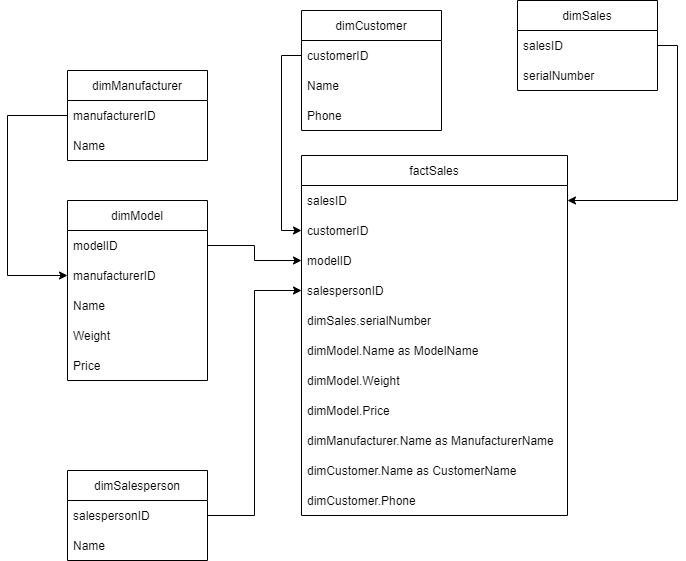
The draw.io diagram Task_2Diagram.png in DrPBT/DSAID-Data-Engineering-Technical-Test, before a commit. Source tidied: cells renumbered, new cells last; positions are measured from the earlier drawing's top-left corner, leaving out a move shared by most shapes.
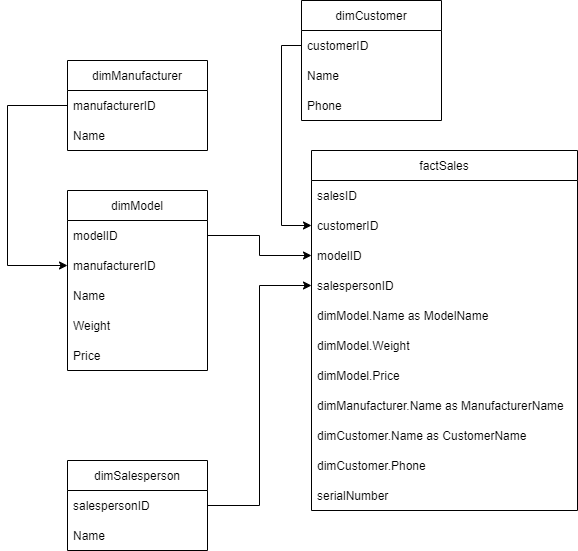
After the commit.

Diff of the diagram source:
```diff
@@ -12,7 +12,7 @@
       <mxGeometry y="60" width="140" height="30" as="geometry" />
     </mxCell>
     <mxCell id="5" value="factSales" style="swimlane;fontStyle=0;horizontal=1;startSize=30;" parent="1" vertex="1">
-      <mxGeometry x="294" y="155" width="266" height="360" as="geometry" />
+      <mxGeometry x="304" y="160" width="266" height="360" as="geometry" />
     </mxCell>
     <mxCell id="6" value="salesID" style="text;strokeColor=none;fillColor=none;align=left;verticalAlign=middle;spacingLeft=4;spacingRight=4;overflow=hidden;points=[[0,0.5],[1,0.5]];portConstraint=eastwest;" parent="5" vertex="1">
       <mxGeometry y="30" width="266" height="30" as="geometry" />
@@ -26,27 +26,27 @@
     <mxCell id="9" value="salespersonID" style="text;strokeColor=none;fillColor=none;align=left;verticalAlign=middle;spacingLeft=4;spacingRight=4;overflow=hidden;points=[[0,0.5],[1,0.5]];portConstraint=eastwest;" parent="5" vertex="1">
       <mxGeometry y="120" width="266" height="30" as="geometry" />
     </mxCell>
-    <mxCell id="10" value="dimSales.serialNumber" style="text;strokeColor=none;fillColor=none;align=left;verticalAlign=middle;spacingLeft=4;spacingRight=4;overflow=hidden;" parent="5" vertex="1">
-      <mxGeometry y="150" width="266" height="30" as="geometry" />
-    </mxCell>
     <mxCell id="11" value="dimModel.Name as ModelName" style="text;strokeColor=none;fillColor=none;align=left;verticalAlign=middle;spacingLeft=4;spacingRight=4;overflow=hidden;" parent="5" vertex="1">
-      <mxGeometry y="180" width="266" height="30" as="geometry" />
+      <mxGeometry y="150" width="266" height="30" as="geometry" />
     </mxCell>
     <mxCell id="12" value="dimModel.Weight" style="text;strokeColor=none;fillColor=none;align=left;verticalAlign=middle;spacingLeft=4;spacingRight=4;overflow=hidden;" parent="5" vertex="1">
-      <mxGeometry y="210" width="266" height="30" as="geometry" />
+      <mxGeometry y="180" width="266" height="30" as="geometry" />
     </mxCell>
     <mxCell id="13" value="dimModel.Price" style="text;strokeColor=none;fillColor=none;align=left;verticalAlign=middle;spacingLeft=4;spacingRight=4;overflow=hidden;" parent="5" vertex="1">
-      <mxGeometry y="240" width="266" height="30" as="geometry" />
+      <mxGeometry y="210" width="266" height="30" as="geometry" />
     </mxCell>
     <mxCell id="14" value="dimManufacturer.Name as ManufacturerName" style="text;strokeColor=none;fillColor=none;align=left;verticalAlign=middle;spacingLeft=4;spacingRight=4;overflow=hidden;" parent="5" vertex="1">
-      <mxGeometry y="270" width="266" height="30" as="geometry" />
+      <mxGeometry y="240" width="266" height="30" as="geometry" />
     </mxCell>
     <mxCell id="15" value="dimCustomer.Name as CustomerName" style="text;strokeColor=none;fillColor=none;align=left;verticalAlign=middle;spacingLeft=4;spacingRight=4;overflow=hidden;" parent="5" vertex="1">
-      <mxGeometry y="300" width="266" height="30" as="geometry" />
+      <mxGeometry y="270" width="266" height="30" as="geometry" />
     </mxCell>
     <mxCell id="16" value="dimCustomer.Phone" style="text;strokeColor=none;fillColor=none;align=left;verticalAlign=middle;spacingLeft=4;spacingRight=4;overflow=hidden;" parent="5" vertex="1">
-      <mxGeometry y="330" width="266" height="30" as="geometry" />
+      <mxGeometry y="300" width="266" height="30" as="geometry" />
     </mxCell>
+    <mxCell id="35" value="serialNumber" style="text;strokeColor=none;fillColor=none;align=left;verticalAlign=middle;spacingLeft=4;spacingRight=4;overflow=hidden;" parent="5" vertex="1">
+      <mxGeometry y="330" width="266" height="30" as="geometry" />
+    </mxCell>
     <mxCell id="17" value="dimCustomer" style="swimlane;fontStyle=0;horizontal=1;startSize=30;" parent="1" vertex="1">
       <mxGeometry x="294" y="10" width="140" height="120" as="geometry" />
     </mxCell>
@@ -100,20 +100,8 @@
     <mxCell id="32" style="edgeStyle=orthogonalEdgeStyle;rounded=0;jettySize=auto;html=1;exitX=1;exitY=0.5;exitDx=0;exitDy=0;entryX=0;entryY=0.5;entryDx=0;entryDy=0;" parent="1" edge="1" source="25" target="8">
       <mxGeometry relative="1" as="geometry" />
     </mxCell>
-    <mxCell id="33" value="dimSales" style="swimlane;fontStyle=0;horizontal=1;startSize=30;" parent="1" vertex="1">
-      <mxGeometry x="510" width="140" height="90" as="geometry" />
-    </mxCell>
-    <mxCell id="34" value="salesID" style="text;strokeColor=none;fillColor=none;align=left;verticalAlign=middle;spacingLeft=4;spacingRight=4;overflow=hidden;points=[[0,0.5],[1,0.5]];portConstraint=eastwest;" parent="33" vertex="1">
-      <mxGeometry y="30" width="140" height="30" as="geometry" />
-    </mxCell>
-    <mxCell id="35" value="serialNumber" style="text;strokeColor=none;fillColor=none;align=left;verticalAlign=middle;spacingLeft=4;spacingRight=4;overflow=hidden;" parent="33" vertex="1">
-      <mxGeometry y="60" width="140" height="30" as="geometry" />
-    </mxCell>
     <mxCell id="36" style="edgeStyle=orthogonalEdgeStyle;rounded=0;jettySize=auto;html=1;exitX=1;exitY=0.5;exitDx=0;exitDy=0;entryX=0;entryY=0.5;entryDx=0;entryDy=0;" parent="1" edge="1" source="22" target="9">
       <mxGeometry relative="1" as="geometry" />
     </mxCell>
-    <mxCell id="37" style="edgeStyle=orthogonalEdgeStyle;rounded=0;jettySize=auto;html=1;exitX=1;exitY=0.5;exitDx=0;exitDy=0;entryX=1;entryY=0.5;entryDx=0;entryDy=0;" parent="1" edge="1" source="34" target="6">
-      <mxGeometry relative="1" as="geometry" />
-    </mxCell>
   </root>
 </mxGraphModel>
```
